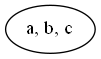
KianBankeLarsen/Compiler keeps this Graphviz diagram as printer/images/Symbol.gv.png. Above is the earlier version. Its source is kept beside it as printer/images/Symbol.gv. The source it was exported from:
```dot
digraph Symbol {
	graph [rankdir=BT]
	0 [label="a, b, c"]
}
```
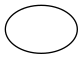
The same diagram one commit later.

What changed in the source:
```diff
@@ -1,4 +1,4 @@
 digraph Symbol {
 	graph [rankdir=BT]
-	0 [label="a, b, c"]
+	0 [label=""]
 }
```
